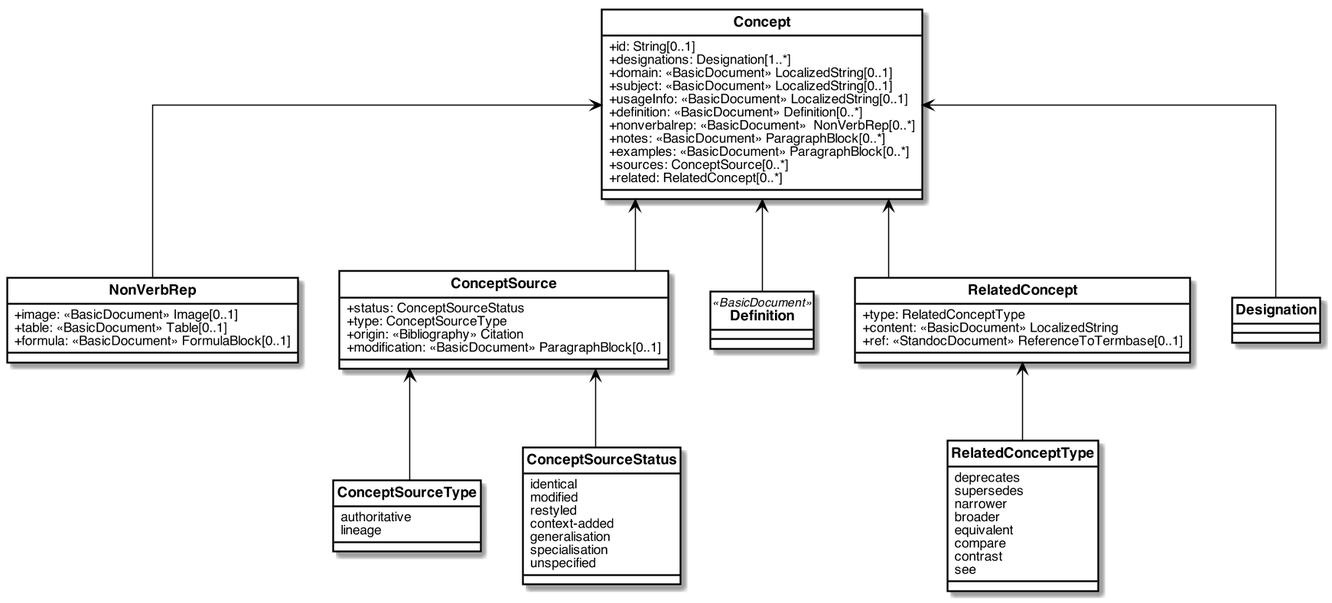
Earlier version of the PlantUML export images/concept.png (glossarist/concept-model).
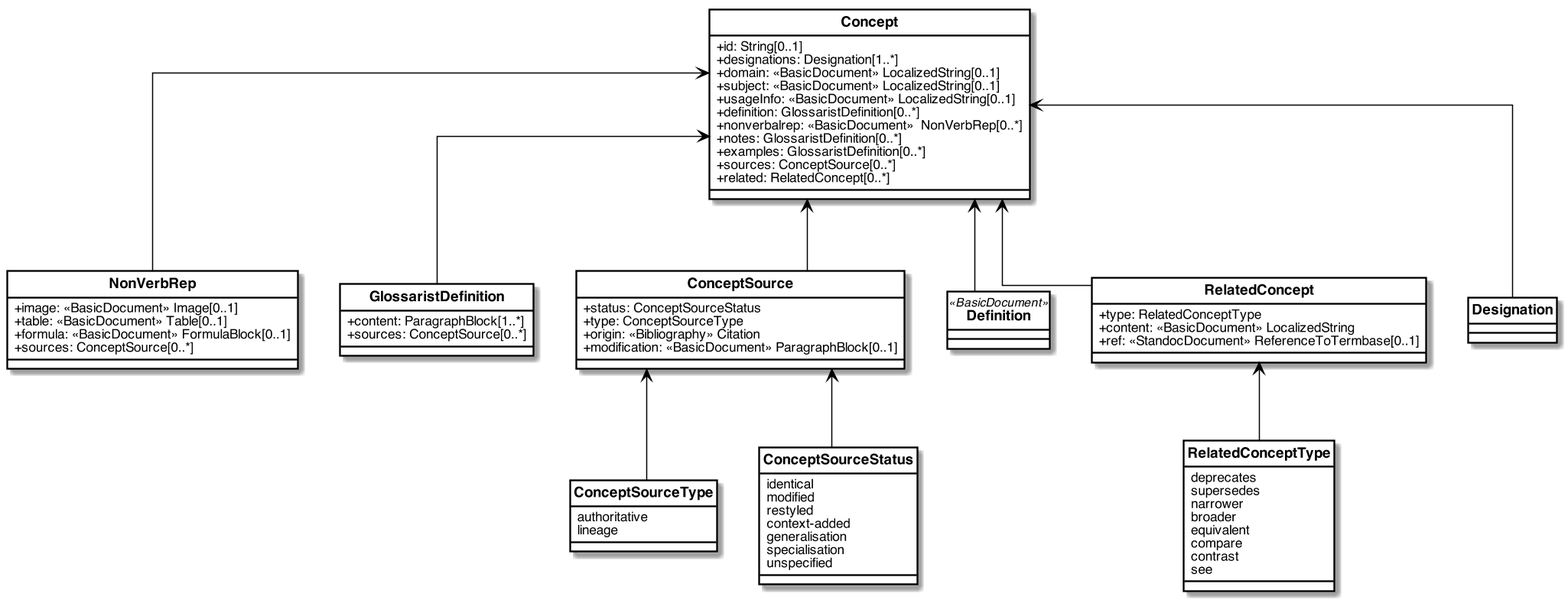
Above is the later version.

Diff of the diagram source:
```diff
@@ -46,10 +46,10 @@
   +domain: <<BasicDocument>> LocalizedString[0..1]
   +subject: <<BasicDocument>> LocalizedString[0..1]
   +usageInfo: <<BasicDocument>> LocalizedString[0..1]
-  +definition: <<BasicDocument>> Definition[0..*]
+  +definition: GlossaristDefinition[0..*]
   +nonverbalrep: <<BasicDocument>>  NonVerbRep[0..*]
-  +notes: <<BasicDocument>> ParagraphBlock[0..*]
-  +examples: <<BasicDocument>> ParagraphBlock[0..*]
+  +notes: GlossaristDefinition[0..*]
+  +examples: GlossaristDefinition[0..*]
   +sources: ConceptSource[0..*]
   +related: RelatedConcept[0..*]
 }
@@ -60,6 +60,12 @@
   +image: <<BasicDocument>> Image[0..1]
   +table: <<BasicDocument>> Table[0..1]
   +formula: <<BasicDocument>> FormulaBlock[0..1]
+  +sources: ConceptSource[0..*]
+}
+
+class GlossaristDefinition {
+  +content: ParagraphBlock[1..*]
+  +sources: ConceptSource[0..*]
 }
 
 class ConceptSource {
@@ -109,6 +115,7 @@
 Concept <-- Designation
 Concept <-- RelatedConcept
 Concept <-- NonVerbRep
+Concept <-- GlossaristDefinition
 
 ConceptSource <-- ConceptSourceStatus
 ConceptSource <-- ConceptSourceType
```
